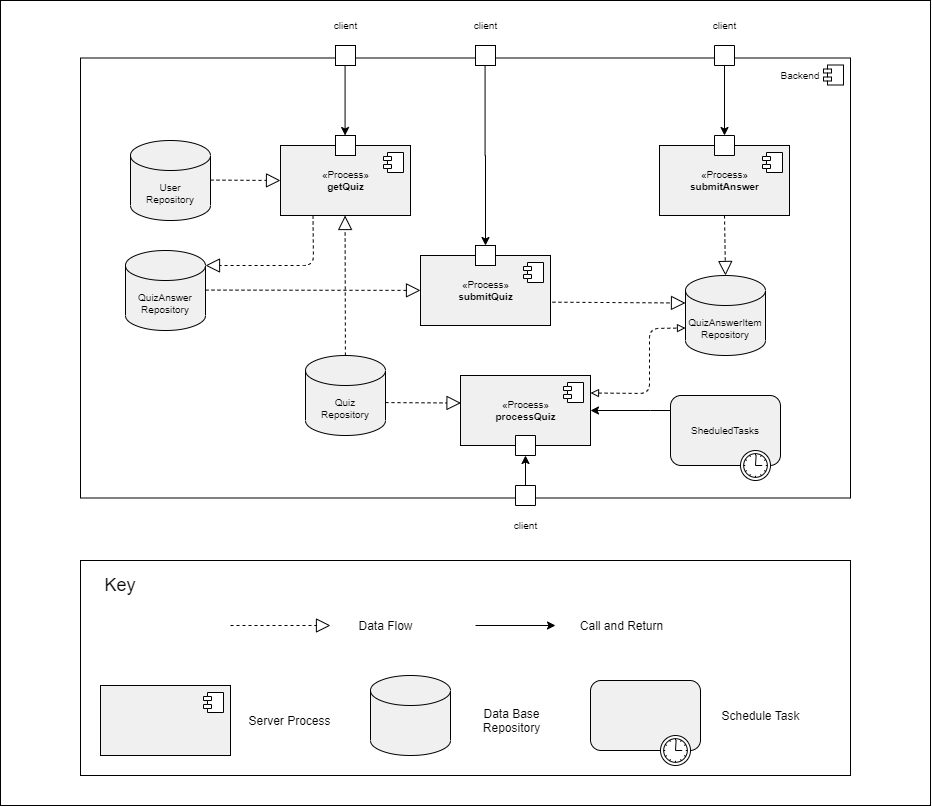
galmeida9/Software-Architecture-20-21 keeps this draw.io diagram as report-resources/performance-architecture.png. Above is the earlier version. Source tidied: cells renumbered, new cells last; positions are measured from the earlier drawing's top-left corner, leaving out a move shared by most shapes.
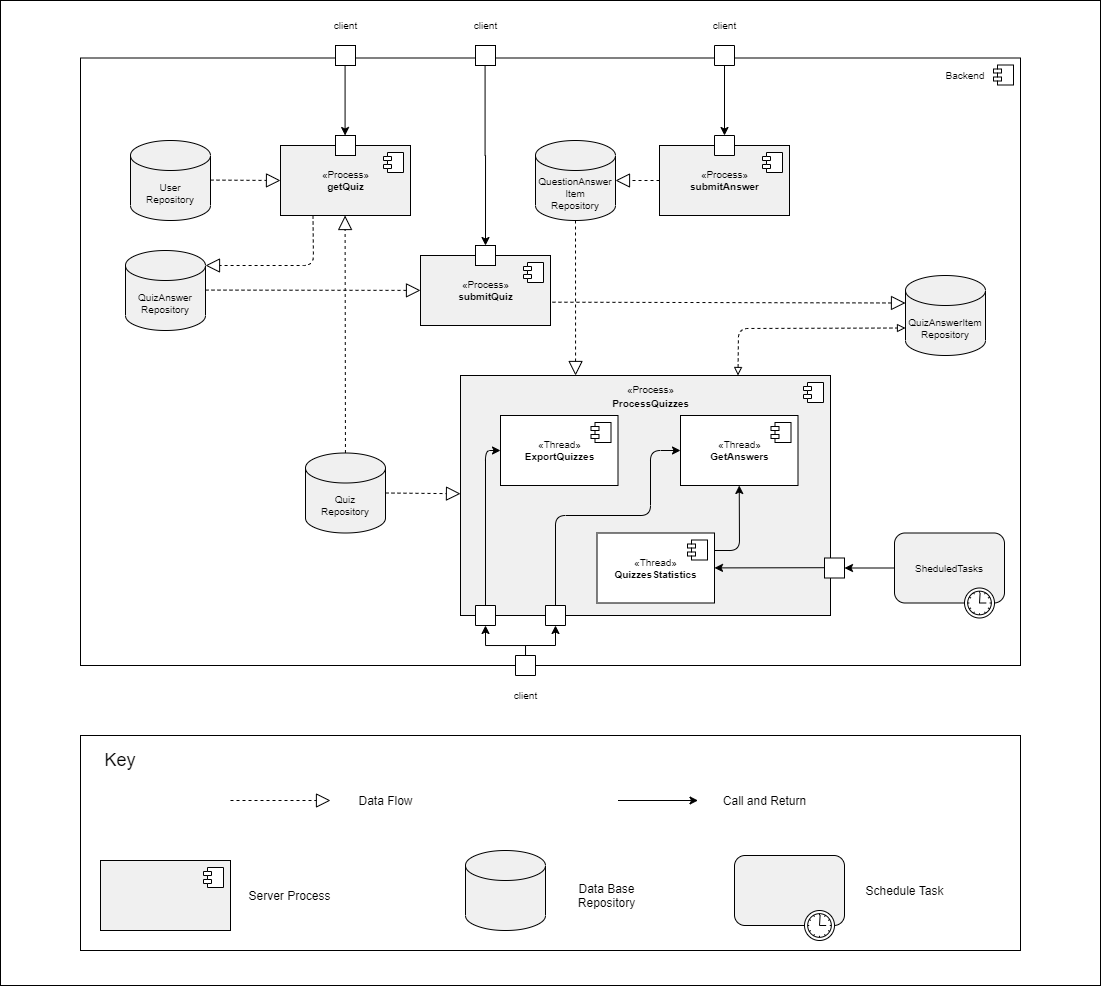
Later version of the same file.

Commit message:
update performance architecture

What changed in the source:
```diff
@@ -2,14 +2,14 @@
   <root>
     <mxCell id="0" />
     <mxCell id="1" parent="0" />
+    <mxCell id="3" style="rounded=0;whiteSpace=wrap;html=1;fillColor=none;" parent="1" vertex="1">
+      <mxGeometry width="1100" height="985" as="geometry" />
+    </mxCell>
     <mxCell id="2" style="rounded=0;whiteSpace=wrap;html=1;fillColor=#FFFFFF;" parent="1" vertex="1">
-      <mxGeometry x="80" y="560" width="770" height="215" as="geometry" />
+      <mxGeometry x="80" y="735" width="940" height="215" as="geometry" />
     </mxCell>
-    <mxCell id="3" style="rounded=0;whiteSpace=wrap;html=1;fillColor=none;" parent="1" vertex="1">
-      <mxGeometry width="930" height="805" as="geometry" />
-    </mxCell>
     <mxCell id="4" style="html=1;fontSize=10;" parent="1" vertex="1">
-      <mxGeometry x="80" y="57.5" width="770" height="440" as="geometry" />
+      <mxGeometry x="80" y="57.5" width="940" height="607.5" as="geometry" />
     </mxCell>
     <mxCell id="5" style="shape=module;jettyWidth=8;jettyHeight=4;" parent="4" vertex="1">
       <mxGeometry x="1" width="20" height="20" relative="1" as="geometry">
@@ -40,8 +40,8 @@
         <mxPoint x="-27" y="7" as="offset" />
       </mxGeometry>
     </mxCell>
-    <mxCell id="12" value="«Process»&lt;br style=&quot;font-size: 10px&quot;&gt;&lt;b&gt;processQuiz&lt;/b&gt;" style="html=1;fontSize=10;fillColor=#F0F0F0;" parent="1" vertex="1">
-      <mxGeometry x="460" y="375" width="130" height="70" as="geometry" />
+    <mxCell id="12" style="html=1;fontSize=10;fillColor=#F0F0F0;" parent="1" vertex="1">
+      <mxGeometry x="460" y="375" width="370" height="240" as="geometry" />
     </mxCell>
     <mxCell id="13" style="shape=module;jettyWidth=8;jettyHeight=4;" parent="12" vertex="1">
       <mxGeometry x="1" width="20" height="20" relative="1" as="geometry">
@@ -69,17 +69,8 @@
     <mxCell id="20" style="rounded=0;whiteSpace=wrap;html=1;fontSize=10;direction=south;" parent="1" vertex="1">
       <mxGeometry x="714" y="45" width="20" height="20" as="geometry" />
     </mxCell>
-    <mxCell id="21" style="edgeStyle=orthogonalEdgeStyle;rounded=0;jettySize=auto;html=1;fontSize=10;" parent="1" edge="1" source="22">
-      <mxGeometry relative="1" as="geometry">
-        <mxPoint x="590" y="410" as="targetPoint" />
-        <Array as="points">
-          <mxPoint x="650" y="410" />
-          <mxPoint x="650" y="410" />
-        </Array>
-      </mxGeometry>
-    </mxCell>
     <mxCell id="22" value="SheduledTasks" style="html=1;whiteSpace=wrap;rounded=1;fontSize=10;fillColor=#F0F0F0;" parent="1" vertex="1">
-      <mxGeometry x="670" y="395" width="110" height="70" as="geometry" />
+      <mxGeometry x="894" y="532.5" width="110" height="70" as="geometry" />
     </mxCell>
     <mxCell id="23" style="shape=mxgraph.bpmn.timer_start;perimeter=ellipsePerimeter;html=1;verticalLabelPosition=bottom;verticalAlign=top;" parent="22" vertex="1">
       <mxGeometry x="1" y="1" width="30" height="30" relative="1" as="geometry">
@@ -87,16 +78,21 @@
       </mxGeometry>
     </mxCell>
     <mxCell id="24" style="rounded=0;whiteSpace=wrap;html=1;fontSize=10;direction=south;" parent="1" vertex="1">
-      <mxGeometry x="515" y="435" width="20" height="20" as="geometry" />
+      <mxGeometry x="475" y="605" width="20" height="20" as="geometry" />
     </mxCell>
     <mxCell id="25" style="edgeStyle=orthogonalEdgeStyle;rounded=0;jettySize=auto;html=1;entryX=1;entryY=0.5;entryDx=0;entryDy=0;fontSize=10;" parent="1" edge="1" source="26" target="24">
-      <mxGeometry relative="1" as="geometry" />
+      <mxGeometry relative="1" as="geometry">
+        <Array as="points">
+          <mxPoint x="525" y="645" />
+          <mxPoint x="485" y="645" />
+        </Array>
+      </mxGeometry>
     </mxCell>
     <mxCell id="26" style="rounded=0;whiteSpace=wrap;html=1;fontSize=10;direction=south;" parent="1" vertex="1">
-      <mxGeometry x="515" y="485" width="20" height="20" as="geometry" />
+      <mxGeometry x="515" y="655" width="20" height="20" as="geometry" />
     </mxCell>
     <mxCell id="27" value="Backend" style="text;html=1;strokeColor=none;fillColor=none;align=center;verticalAlign=middle;whiteSpace=wrap;rounded=0;fontSize=10;" parent="1" vertex="1">
-      <mxGeometry x="780" y="65" width="40" height="20" as="geometry" />
+      <mxGeometry x="945" y="65" width="40" height="20" as="geometry" />
     </mxCell>
     <mxCell id="28" value="client" style="text;html=1;strokeColor=none;fillColor=none;align=center;verticalAlign=middle;whiteSpace=wrap;rounded=0;fontSize=10;" parent="1" vertex="1">
       <mxGeometry x="452.5" y="15" width="65" height="20" as="geometry" />
@@ -105,27 +101,26 @@
       <mxGeometry x="312.5" y="15" width="65" height="20" as="geometry" />
     </mxCell>
     <mxCell id="30" value="QuizAnswerItem&lt;br&gt;Repository" style="shape=cylinder3;whiteSpace=wrap;html=1;boundedLbl=1;backgroundOutline=1;size=15;fontSize=10;fillColor=#F0F0F0;" parent="1" vertex="1">
-      <mxGeometry x="685" y="275" width="80" height="80" as="geometry" />
+      <mxGeometry x="905" y="275" width="80" height="80" as="geometry" />
     </mxCell>
     <mxCell id="31" style="endArrow=block;dashed=1;endFill=0;endSize=12;html=1;fontSize=10;exitX=1.015;exitY=0.667;exitDx=0;exitDy=0;entryX=0;entryY=0;entryDx=0;entryDy=27.5;entryPerimeter=0;exitPerimeter=0;" parent="1" edge="1" source="10" target="30">
       <mxGeometry relative="1" as="geometry" />
     </mxCell>
-    <mxCell id="32" style="endArrow=block;dashed=1;endFill=0;endSize=12;html=1;fontSize=10;exitX=0.5;exitY=1;exitDx=0;exitDy=0;entryX=0.5;entryY=0;entryDx=0;entryDy=0;entryPerimeter=0;" parent="1" edge="1" source="8" target="30">
+    <mxCell id="32" style="endArrow=block;dashed=1;endFill=0;endSize=12;html=1;fontSize=10;exitX=0;exitY=0.5;exitDx=0;exitDy=0;entryX=1;entryY=0.5;entryDx=0;entryDy=0;entryPerimeter=0;" parent="1" edge="1" source="8" target="59">
       <mxGeometry relative="1" as="geometry" />
     </mxCell>
-    <mxCell id="33" style="endArrow=block;dashed=1;endFill=0;html=1;fontSize=10;exitX=1;exitY=0.25;exitDx=0;exitDy=0;entryX=0;entryY=0;entryDx=0;entryDy=52.5;entryPerimeter=0;startArrow=block;startFill=0;targetPerimeterSpacing=12;sourcePerimeterSpacing=6;" parent="1" edge="1" source="12" target="30">
+    <mxCell id="33" style="endArrow=block;dashed=1;endFill=0;html=1;fontSize=10;exitX=0.75;exitY=0;exitDx=0;exitDy=0;entryX=0;entryY=0;entryDx=0;entryDy=52.5;entryPerimeter=0;startArrow=block;startFill=0;targetPerimeterSpacing=12;sourcePerimeterSpacing=6;" parent="1" edge="1" source="12" target="30">
       <mxGeometry relative="1" as="geometry">
         <Array as="points">
-          <mxPoint x="649" y="393" />
-          <mxPoint x="649" y="328" />
+          <mxPoint x="738" y="328" />
         </Array>
       </mxGeometry>
     </mxCell>
     <mxCell id="34" value="Quiz&lt;br&gt;Repository" style="shape=cylinder3;whiteSpace=wrap;html=1;boundedLbl=1;backgroundOutline=1;size=15;fontSize=10;fillColor=#F0F0F0;" parent="1" vertex="1">
-      <mxGeometry x="305" y="355" width="80" height="80" as="geometry" />
+      <mxGeometry x="305" y="452.5" width="80" height="80" as="geometry" />
     </mxCell>
     <mxCell id="35" value="client" style="text;html=1;strokeColor=none;fillColor=none;align=center;verticalAlign=middle;whiteSpace=wrap;rounded=0;fontSize=10;" parent="1" vertex="1">
-      <mxGeometry x="492.5" y="515" width="65" height="20" as="geometry" />
+      <mxGeometry x="492.5" y="685" width="65" height="20" as="geometry" />
     </mxCell>
     <mxCell id="36" value="client" style="text;html=1;strokeColor=none;fillColor=none;align=center;verticalAlign=middle;whiteSpace=wrap;rounded=0;fontSize=10;" parent="1" vertex="1">
       <mxGeometry x="691.5" y="15" width="65" height="20" as="geometry" />
@@ -144,10 +139,10 @@
       </mxGeometry>
     </mxCell>
     <mxCell id="40" value="&lt;font style=&quot;font-size: 18px&quot;&gt;Key&lt;/font&gt;" style="text;html=1;strokeColor=none;fillColor=none;align=center;verticalAlign=middle;whiteSpace=wrap;rounded=0;" parent="1" vertex="1">
-      <mxGeometry x="100" y="575" width="40" height="20" as="geometry" />
+      <mxGeometry x="100" y="750" width="40" height="20" as="geometry" />
     </mxCell>
     <mxCell id="41" style="html=1;fontSize=10;fillColor=#F0F0F0;" parent="1" vertex="1">
-      <mxGeometry x="100" y="685" width="130" height="70" as="geometry" />
+      <mxGeometry x="100" y="860" width="130" height="70" as="geometry" />
     </mxCell>
     <mxCell id="42" style="shape=module;jettyWidth=8;jettyHeight=4;" parent="41" vertex="1">
       <mxGeometry x="1" width="20" height="20" relative="1" as="geometry">
@@ -155,10 +150,10 @@
       </mxGeometry>
     </mxCell>
     <mxCell id="43" style="shape=cylinder3;whiteSpace=wrap;html=1;boundedLbl=1;backgroundOutline=1;size=15;fontSize=10;fillColor=#F0F0F0;" parent="1" vertex="1">
-      <mxGeometry x="370" y="675" width="80" height="80" as="geometry" />
+      <mxGeometry x="465" y="850" width="80" height="80" as="geometry" />
     </mxCell>
     <mxCell id="44" style="html=1;whiteSpace=wrap;rounded=1;fontSize=10;fillColor=#F0F0F0;" parent="1" vertex="1">
-      <mxGeometry x="590" y="680" width="110" height="70" as="geometry" />
+      <mxGeometry x="734" y="855" width="110" height="70" as="geometry" />
     </mxCell>
     <mxCell id="45" style="shape=mxgraph.bpmn.timer_start;perimeter=ellipsePerimeter;html=1;verticalLabelPosition=bottom;verticalAlign=top;" parent="44" vertex="1">
       <mxGeometry x="1" y="1" width="30" height="30" relative="1" as="geometry">
@@ -167,30 +162,30 @@
     </mxCell>
     <mxCell id="46" style="endArrow=block;dashed=1;endFill=0;endSize=12;html=1;fontSize=10;exitX=1.015;exitY=0.667;exitDx=0;exitDy=0;exitPerimeter=0;" parent="1" edge="1">
       <mxGeometry relative="1" as="geometry">
-        <mxPoint x="230" y="625" as="sourcePoint" />
-        <mxPoint x="330" y="625" as="targetPoint" />
+        <mxPoint x="230" y="800" as="sourcePoint" />
+        <mxPoint x="330" y="800" as="targetPoint" />
       </mxGeometry>
     </mxCell>
     <mxCell id="47" style="edgeStyle=orthogonalEdgeStyle;rounded=0;orthogonalLoop=1;jettySize=auto;html=1;fontSize=10;" parent="1" edge="1">
       <mxGeometry relative="1" as="geometry">
-        <mxPoint x="475" y="625" as="sourcePoint" />
-        <mxPoint x="555" y="625" as="targetPoint" />
+        <mxPoint x="617.5" y="800" as="sourcePoint" />
+        <mxPoint x="697.5" y="800" as="targetPoint" />
       </mxGeometry>
     </mxCell>
     <mxCell id="48" value="Data Base Repository" style="text;html=1;strokeColor=none;fillColor=none;align=center;verticalAlign=middle;whiteSpace=wrap;rounded=0;" parent="1" vertex="1">
-      <mxGeometry x="465" y="695" width="92.5" height="50" as="geometry" />
+      <mxGeometry x="560" y="870" width="92.5" height="50" as="geometry" />
     </mxCell>
     <mxCell id="49" value="Server Process" style="text;html=1;strokeColor=none;fillColor=none;align=center;verticalAlign=middle;whiteSpace=wrap;rounded=0;" parent="1" vertex="1">
-      <mxGeometry x="242.5" y="695" width="92.5" height="50" as="geometry" />
+      <mxGeometry x="242.5" y="870" width="92.5" height="50" as="geometry" />
     </mxCell>
     <mxCell id="50" value="Schedule Task" style="text;html=1;strokeColor=none;fillColor=none;align=center;verticalAlign=middle;whiteSpace=wrap;rounded=0;" parent="1" vertex="1">
-      <mxGeometry x="714" y="690" width="92.5" height="50" as="geometry" />
+      <mxGeometry x="858" y="865" width="92.5" height="50" as="geometry" />
     </mxCell>
     <mxCell id="51" value="Data Flow" style="text;html=1;strokeColor=none;fillColor=none;align=center;verticalAlign=middle;whiteSpace=wrap;rounded=0;" parent="1" vertex="1">
-      <mxGeometry x="338.8" y="605" width="92.5" height="40" as="geometry" />
+      <mxGeometry x="338.8" y="780" width="92.5" height="40" as="geometry" />
     </mxCell>
     <mxCell id="52" value="Call and Return" style="text;html=1;strokeColor=none;fillColor=none;align=center;verticalAlign=middle;whiteSpace=wrap;rounded=0;" parent="1" vertex="1">
-      <mxGeometry x="575" y="605" width="92.5" height="40" as="geometry" />
+      <mxGeometry x="717.5" y="780" width="92.5" height="40" as="geometry" />
     </mxCell>
     <mxCell id="53" style="endArrow=block;dashed=1;endFill=0;endSize=12;html=1;fontSize=10;exitX=1.015;exitY=0.667;exitDx=0;exitDy=0;exitPerimeter=0;" parent="1" edge="1">
       <mxGeometry relative="1" as="geometry">
@@ -208,10 +203,8 @@
         <mxPoint x="205" y="289.6" as="sourcePoint" />
       </mxGeometry>
     </mxCell>
-    <mxCell id="56" style="endArrow=block;dashed=1;endFill=0;endSize=12;html=1;fontSize=10;exitX=1.015;exitY=0.667;exitDx=0;exitDy=0;exitPerimeter=0;entryX=0.004;entryY=0.393;entryDx=0;entryDy=0;entryPerimeter=0;" parent="1" edge="1" target="12">
-      <mxGeometry relative="1" as="geometry">
-        <mxPoint x="385" y="402.1" as="sourcePoint" />
-      </mxGeometry>
+    <mxCell id="56" style="endArrow=block;dashed=1;endFill=0;endSize=12;html=1;fontSize=10;exitX=1;exitY=0.5;exitDx=0;exitDy=0;exitPerimeter=0;" parent="1" edge="1" source="34" target="12">
+      <mxGeometry relative="1" as="geometry" />
     </mxCell>
     <mxCell id="57" style="edgeStyle=orthogonalEdgeStyle;rounded=0;jettySize=auto;html=1;exitX=1;exitY=0.5;exitDx=0;exitDy=0;entryX=0.5;entryY=0;entryDx=0;entryDy=0;fontSize=10;" parent="1" edge="1" target="17">
       <mxGeometry relative="1" as="geometry">
@@ -224,5 +217,83 @@
         <mxPoint x="344.6" y="135" as="targetPoint" />
       </mxGeometry>
     </mxCell>
+    <mxCell id="59" value="QuestionAnswer&lt;br&gt;Item&lt;br&gt;Repository" style="shape=cylinder3;whiteSpace=wrap;html=1;boundedLbl=1;backgroundOutline=1;size=15;fontSize=10;fillColor=#F0F0F0;" parent="1" vertex="1">
+      <mxGeometry x="535" y="140" width="80" height="80" as="geometry" />
+    </mxCell>
+    <mxCell id="60" style="endArrow=classic;html=1;exitX=0;exitY=0.5;exitDx=0;exitDy=0;entryX=0.5;entryY=0;entryDx=0;entryDy=0;" parent="1" edge="1" source="22" target="67">
+      <mxGeometry relative="1" as="geometry" />
+    </mxCell>
+    <mxCell id="61" value="«Thread»&lt;br style=&quot;font-size: 10px&quot;&gt;&lt;b&gt;GetAnswers&lt;/b&gt;" style="html=1;fontSize=10;fillColor=#FFFFFF;" parent="1" vertex="1">
+      <mxGeometry x="680" y="415" width="117.5" height="70" as="geometry" />
+    </mxCell>
+    <mxCell id="62" style="shape=module;jettyWidth=8;jettyHeight=4;" parent="61" vertex="1">
+      <mxGeometry x="1" width="20" height="20" relative="1" as="geometry">
+        <mxPoint x="-27" y="7" as="offset" />
+      </mxGeometry>
+    </mxCell>
+    <mxCell id="63" value="«Thread»&lt;br style=&quot;font-size: 10px&quot;&gt;&lt;b&gt;QuizzesStatistics&lt;/b&gt;" style="html=1;fontSize=10;fillColor=#FFFFFF;" parent="1" vertex="1">
+      <mxGeometry x="596.5" y="532.5" width="117.5" height="70" as="geometry" />
+    </mxCell>
+    <mxCell id="64" style="shape=module;jettyWidth=8;jettyHeight=4;" parent="63" vertex="1">
+      <mxGeometry x="1" width="20" height="20" relative="1" as="geometry">
+        <mxPoint x="-27" y="7" as="offset" />
+      </mxGeometry>
+    </mxCell>
+    <mxCell id="65" value="«Thread»&lt;br style=&quot;font-size: 10px&quot;&gt;&lt;b&gt;ExportQuizzes&lt;/b&gt;" style="html=1;fontSize=10;fillColor=#FFFFFF;" parent="1" vertex="1">
+      <mxGeometry x="500" y="415" width="117.5" height="70" as="geometry" />
+    </mxCell>
+    <mxCell id="66" style="shape=module;jettyWidth=8;jettyHeight=4;" parent="65" vertex="1">
+      <mxGeometry x="1" width="20" height="20" relative="1" as="geometry">
+        <mxPoint x="-27" y="7" as="offset" />
+      </mxGeometry>
+    </mxCell>
+    <mxCell id="67" style="rounded=0;whiteSpace=wrap;html=1;fontSize=10;direction=south;" parent="1" vertex="1">
+      <mxGeometry x="824" y="557.5" width="20" height="20" as="geometry" />
+    </mxCell>
+    <mxCell id="68" value="&lt;span style=&quot;font-size: 10px&quot;&gt;«Process»&lt;/span&gt;&lt;br style=&quot;font-size: 10px&quot;&gt;&lt;b style=&quot;font-size: 10px&quot;&gt;ProcessQuizzes&lt;/b&gt;" style="text;html=1;strokeColor=none;fillColor=none;align=center;verticalAlign=middle;whiteSpace=wrap;rounded=0;" parent="1" vertex="1">
+      <mxGeometry x="609" y="375" width="82.5" height="40" as="geometry" />
+    </mxCell>
+    <mxCell id="69" style="endArrow=block;dashed=1;endFill=0;endSize=12;html=1;fontSize=10;exitX=0.5;exitY=1;exitDx=0;exitDy=0;entryX=0.311;entryY=0;entryDx=0;entryDy=0;entryPerimeter=0;exitPerimeter=0;" parent="1" edge="1" source="59" target="12">
+      <mxGeometry relative="1" as="geometry" />
+    </mxCell>
+    <mxCell id="70" style="endArrow=classic;html=1;exitX=0;exitY=0.5;exitDx=0;exitDy=0;" parent="1" edge="1" target="63">
+      <mxGeometry relative="1" as="geometry">
+        <mxPoint x="824" y="567.2" as="sourcePoint" />
+      </mxGeometry>
+    </mxCell>
+    <mxCell id="71" style="endArrow=classic;html=1;exitX=1;exitY=0.25;exitDx=0;exitDy=0;entryX=0.5;entryY=1;entryDx=0;entryDy=0;" parent="1" edge="1" source="63" target="61">
+      <mxGeometry relative="1" as="geometry">
+        <Array as="points">
+          <mxPoint x="739" y="550" />
+        </Array>
+      </mxGeometry>
+    </mxCell>
+    <mxCell id="72" style="rounded=0;whiteSpace=wrap;html=1;fontSize=10;direction=south;" parent="1" vertex="1">
+      <mxGeometry x="545" y="605" width="20" height="20" as="geometry" />
+    </mxCell>
+    <mxCell id="73" style="endArrow=classic;html=1;entryX=1;entryY=0.5;entryDx=0;entryDy=0;exitX=0;exitY=0.5;exitDx=0;exitDy=0;rounded=0;" parent="1" edge="1" source="26" target="72">
+      <mxGeometry relative="1" as="geometry">
+        <Array as="points">
+          <mxPoint x="525" y="645" />
+          <mxPoint x="555" y="645" />
+        </Array>
+      </mxGeometry>
+    </mxCell>
+    <mxCell id="74" style="endArrow=classic;html=1;exitX=0;exitY=0.5;exitDx=0;exitDy=0;entryX=0;entryY=0.5;entryDx=0;entryDy=0;" parent="1" edge="1" source="24" target="65">
+      <mxGeometry relative="1" as="geometry">
+        <Array as="points">
+          <mxPoint x="485" y="450" />
+        </Array>
+      </mxGeometry>
+    </mxCell>
+    <mxCell id="75" style="endArrow=classic;html=1;exitX=0;exitY=0.5;exitDx=0;exitDy=0;entryX=0;entryY=0.5;entryDx=0;entryDy=0;" parent="1" edge="1" source="72" target="61">
+      <mxGeometry relative="1" as="geometry">
+        <Array as="points">
+          <mxPoint x="555" y="515" />
+          <mxPoint x="650" y="515" />
+          <mxPoint x="650" y="450" />
+        </Array>
+      </mxGeometry>
+    </mxCell>
   </root>
 </mxGraphModel>
```
